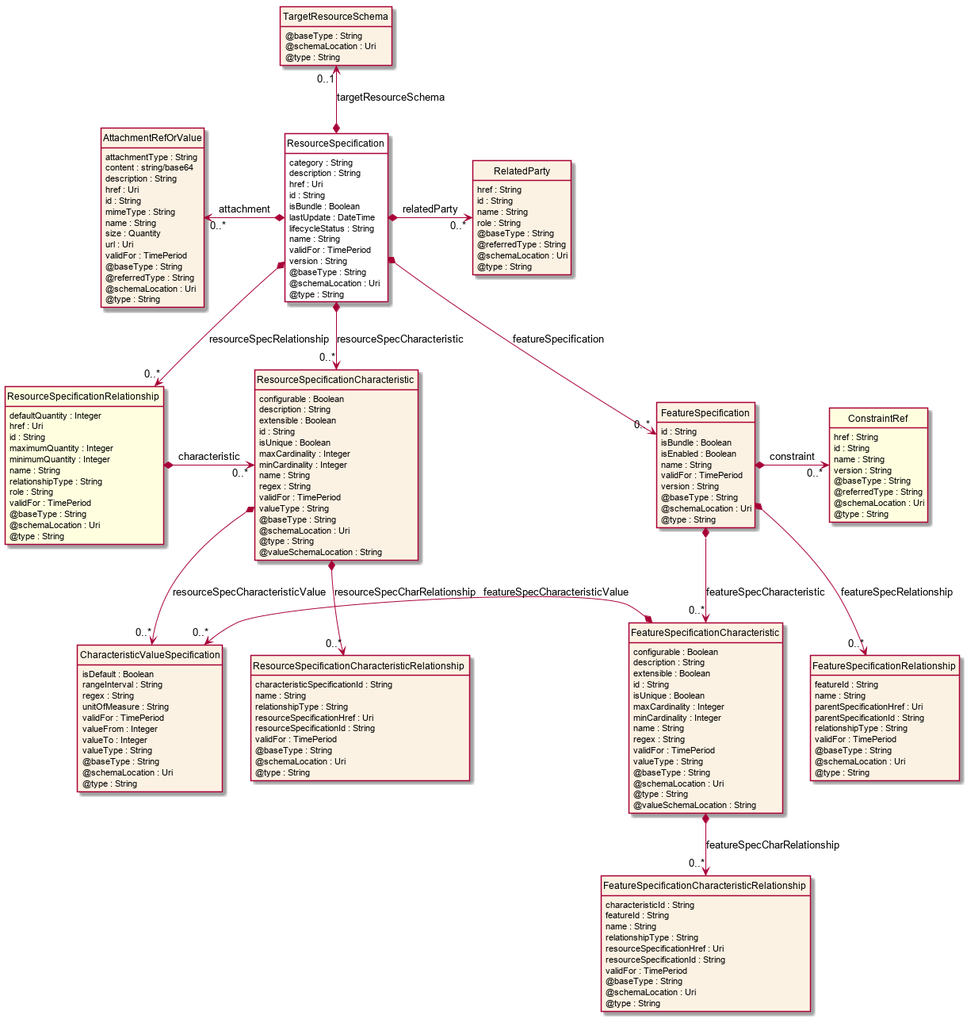
The PlantUML diagram apis/TMF634_Resource_Catalog/documentation/diagrams/Resource_ResourceSpecification.png in tmforum-apis/Open_Api_And_Data_Model, before a commit. The source it was exported from:
```plantuml
@startuml
hide circle
hide methods
hide stereotype
show <<Enumeration>> stereotype
skinparam class {
   BackgroundColor<<Enumeration>> #E6F5F7
   BackgroundColor<<Ref>> #FFFFE0
   BackgroundColor<<Pivot>> #FFFFFFF
   BackgroundColor #FCF2E3
}

class ResourceSpecification  <<Pivot>> {
    category : String
    description : String
    href : Uri
    id : String
    isBundle : Boolean
    lastUpdate : DateTime
    lifecycleStatus : String
    name : String
    validFor : TimePeriod
    version : String
    @baseType : String
    @schemaLocation : Uri
    @type : String
}

class RelatedParty  {
    href : String
    id : String
    name : String
    role : String
    @baseType : String
    @referredType : String
    @schemaLocation : Uri
    @type : String
}

class ResourceSpecificationCharacteristic  {
    configurable : Boolean
    description : String
    extensible : Boolean
    id : String
    isUnique : Boolean
    maxCardinality : Integer
    minCardinality : Integer
    name : String
    regex : String
    validFor : TimePeriod
    valueType : String
    @baseType : String
    @schemaLocation : Uri
    @type : String
    @valueSchemaLocation : String
}

class CharacteristicValueSpecification  {
    isDefault : Boolean
    rangeInterval : String
    regex : String
    unitOfMeasure : String
    validFor : TimePeriod
    valueFrom : Integer
    valueTo : Integer
    valueType : String
    @baseType : String
    @schemaLocation : Uri
    @type : String
}

class ResourceSpecificationCharacteristicRelationship  {
    characteristicSpecificationId : String
    name : String
    relationshipType : String
    resourceSpecificationHref : Uri
    resourceSpecificationId : String
    validFor : TimePeriod
    @baseType : String
    @schemaLocation : Uri
    @type : String
}

class FeatureSpecification  {
    id : String
    isBundle : Boolean
    isEnabled : Boolean
    name : String
    validFor : TimePeriod
    version : String
    @baseType : String
    @schemaLocation : Uri
    @type : String
}

class FeatureSpecificationRelationship  {
    featureId : String
    name : String
    parentSpecificationHref : Uri
    parentSpecificationId : String
    relationshipType : String
    validFor : TimePeriod
    @baseType : String
    @schemaLocation : Uri
    @type : String
}

class ConstraintRef  <<Ref>> {
    href : String
    id : String
    name : String
    version : String
    @baseType : String
    @referredType : String
    @schemaLocation : Uri
    @type : String
}

class FeatureSpecificationCharacteristic  {
    configurable : Boolean
    description : String
    extensible : Boolean
    id : String
    isUnique : Boolean
    maxCardinality : Integer
    minCardinality : Integer
    name : String
    regex : String
    validFor : TimePeriod
    valueType : String
    @baseType : String
    @schemaLocation : Uri
    @type : String
    @valueSchemaLocation : String
}

class FeatureSpecificationCharacteristicRelationship  {
    characteristicId : String
    featureId : String
    name : String
    relationshipType : String
    resourceSpecificationHref : Uri
    resourceSpecificationId : String
    validFor : TimePeriod
    @baseType : String
    @schemaLocation : Uri
    @type : String
}

class ResourceSpecificationRelationship  <<Ref>> {
    defaultQuantity : Integer
    href : Uri
    id : String
    maximumQuantity : Integer
    minimumQuantity : Integer
    name : String
    relationshipType : String
    role : String
    validFor : TimePeriod
    @baseType : String
    @schemaLocation : Uri
    @type : String
}

class AttachmentRefOrValue  {
    attachmentType : String
    content : string/base64
    description : String
    href : Uri
    id : String
    mimeType : String
    name : String
    size : Quantity
    url : Uri
    validFor : TimePeriod
    @baseType : String
    @referredType : String
    @schemaLocation : Uri
    @type : String
}

class TargetResourceSchema  {
    @baseType : String
    @schemaLocation : Uri
    @type : String
}

ResourceSpecification *-->  "0..*" ResourceSpecificationRelationship : resourceSpecRelationship

ResourceSpecification *-->  "0..*" ResourceSpecificationCharacteristic : resourceSpecCharacteristic

ResourceSpecification *-->  "0..*" FeatureSpecification : featureSpecification

ResourceSpecificationCharacteristic *-->  "0..*" CharacteristicValueSpecification : resourceSpecCharacteristicValue

FeatureSpecification *-->  "0..*" FeatureSpecificationCharacteristic : featureSpecCharacteristic

CharacteristicValueSpecification "0..*" <-left-* FeatureSpecificationCharacteristic : featureSpecCharacteristicValue

ResourceSpecificationRelationship *-right-> "0..*" ResourceSpecificationCharacteristic : characteristic

AttachmentRefOrValue "0..*" <-left-* ResourceSpecification : attachment

ResourceSpecification *-right-> "0..*" RelatedParty : relatedParty

TargetResourceSchema "0..1" <--* ResourceSpecification : targetResourceSchema

FeatureSpecification *-right-> "0..*" ConstraintRef : constraint

FeatureSpecification *-->  "0..*" FeatureSpecificationRelationship : featureSpecRelationship

ResourceSpecificationCharacteristic *-->  "0..*" ResourceSpecificationCharacteristicRelationship : resourceSpecCharRelationship

FeatureSpecificationCharacteristic *-->  "0..*" FeatureSpecificationCharacteristicRelationship : featureSpecCharRelationship

@enduml
```
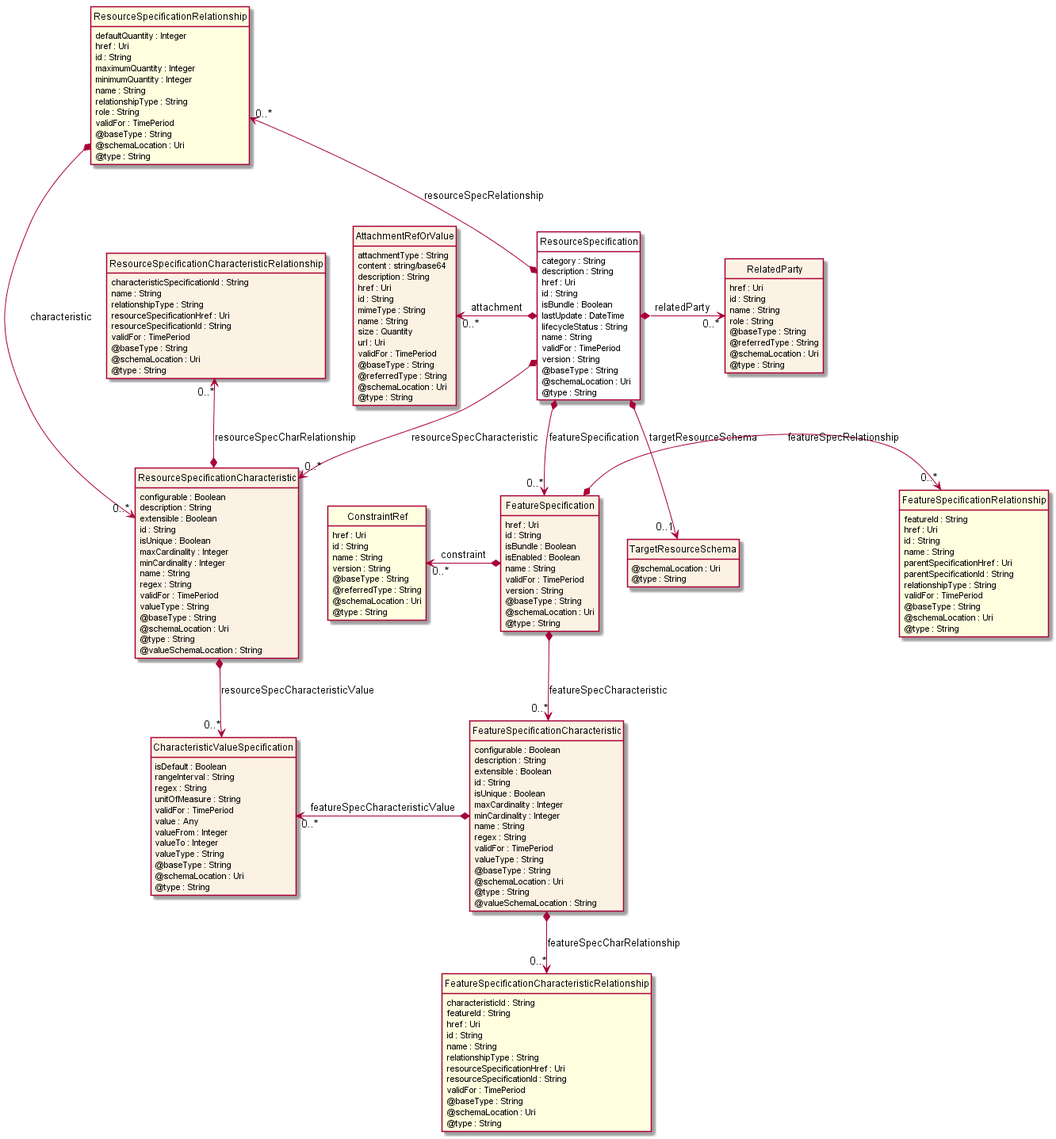
The same diagram one commit later.

Change to the diagram source:
```diff
@@ -27,7 +27,7 @@
 }
 
 class RelatedParty  {
-    href : String
+    href : Uri
     id : String
     name : String
     role : String
@@ -61,6 +61,7 @@
     regex : String
     unitOfMeasure : String
     validFor : TimePeriod
+    value : Any
     valueFrom : Integer
     valueTo : Integer
     valueType : String
@@ -82,6 +83,7 @@
 }
 
 class FeatureSpecification  {
+    href : Uri
     id : String
     isBundle : Boolean
     isEnabled : Boolean
@@ -93,8 +95,10 @@
     @type : String
 }
 
-class FeatureSpecificationRelationship  {
+class FeatureSpecificationRelationship  <<Ref>> {
     featureId : String
+    href : Uri
+    id : String
     name : String
     parentSpecificationHref : Uri
     parentSpecificationId : String
@@ -106,7 +110,7 @@
 }
 
 class ConstraintRef  <<Ref>> {
-    href : String
+    href : Uri
     id : String
     name : String
     version : String
@@ -134,9 +138,11 @@
     @valueSchemaLocation : String
 }
 
-class FeatureSpecificationCharacteristicRelationship  {
+class FeatureSpecificationCharacteristicRelationship  <<Ref>> {
     characteristicId : String
     featureId : String
+    href : Uri
+    id : String
     name : String
     relationshipType : String
     resourceSpecificationHref : Uri
@@ -180,12 +186,11 @@
 }
 
 class TargetResourceSchema  {
-    @baseType : String
     @schemaLocation : Uri
     @type : String
 }
 
-ResourceSpecification *-->  "0..*" ResourceSpecificationRelationship : resourceSpecRelationship
+ResourceSpecificationRelationship "0..*" <--* ResourceSpecification : resourceSpecRelationship
 
 ResourceSpecification *-->  "0..*" ResourceSpecificationCharacteristic : resourceSpecCharacteristic
 
@@ -197,19 +202,19 @@
 
 CharacteristicValueSpecification "0..*" <-left-* FeatureSpecificationCharacteristic : featureSpecCharacteristicValue
 
-ResourceSpecificationRelationship *-right-> "0..*" ResourceSpecificationCharacteristic : characteristic
+ResourceSpecificationRelationship *-->  "0..*" ResourceSpecificationCharacteristic : characteristic
 
 AttachmentRefOrValue "0..*" <-left-* ResourceSpecification : attachment
 
 ResourceSpecification *-right-> "0..*" RelatedParty : relatedParty
 
-TargetResourceSchema "0..1" <--* ResourceSpecification : targetResourceSchema
+ResourceSpecification *-->  "0..1" TargetResourceSchema : targetResourceSchema
 
-FeatureSpecification *-right-> "0..*" ConstraintRef : constraint
+ConstraintRef "0..*" <-left-* FeatureSpecification : constraint
 
-FeatureSpecification *-->  "0..*" FeatureSpecificationRelationship : featureSpecRelationship
+FeatureSpecification *-right-> "0..*" FeatureSpecificationRelationship : featureSpecRelationship
 
-ResourceSpecificationCharacteristic *-->  "0..*" ResourceSpecificationCharacteristicRelationship : resourceSpecCharRelationship
+ResourceSpecificationCharacteristicRelationship "0..*" <--* ResourceSpecificationCharacteristic : resourceSpecCharRelationship
 
 FeatureSpecificationCharacteristic *-->  "0..*" FeatureSpecificationCharacteristicRelationship : featureSpecCharRelationship
 
```
